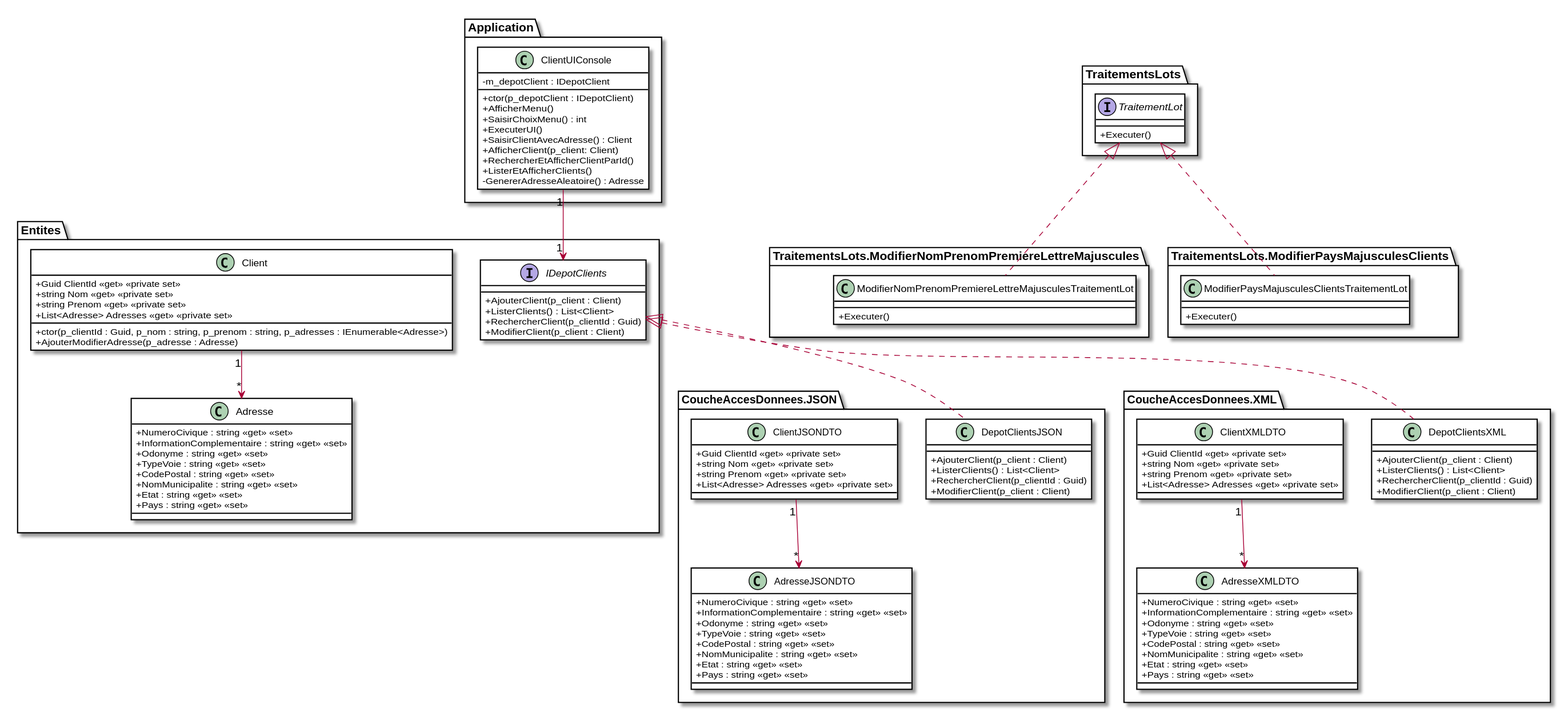
PiFou86/420-W30-SF keeps this PlantUML diagram as images/Module06_Formats_Echanges/diag/src/DiagExerciceClients/DiagClassesClients.svg. Above is the earlier version.
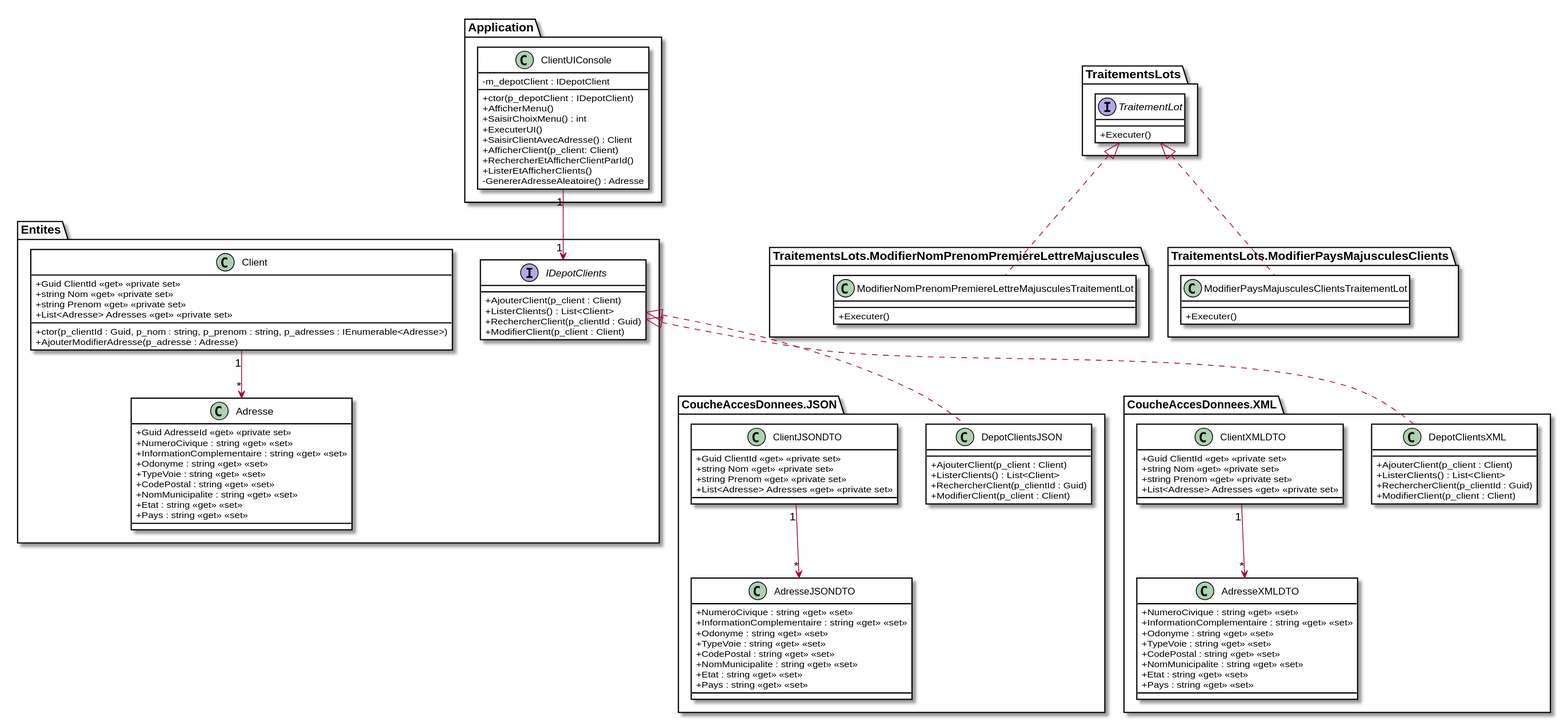
After the commit.

The edit, as a diff of the source:
```diff
@@ -20,6 +20,7 @@
     }
 
     class Adresse {
+        + Guid AdresseId <<get>> <<private set>>
         + NumeroCivique : string <<get>> <<set>>
         + InformationComplementaire : string <<get>> <<set>>
         + Odonyme : string <<get>> <<set>>
```
